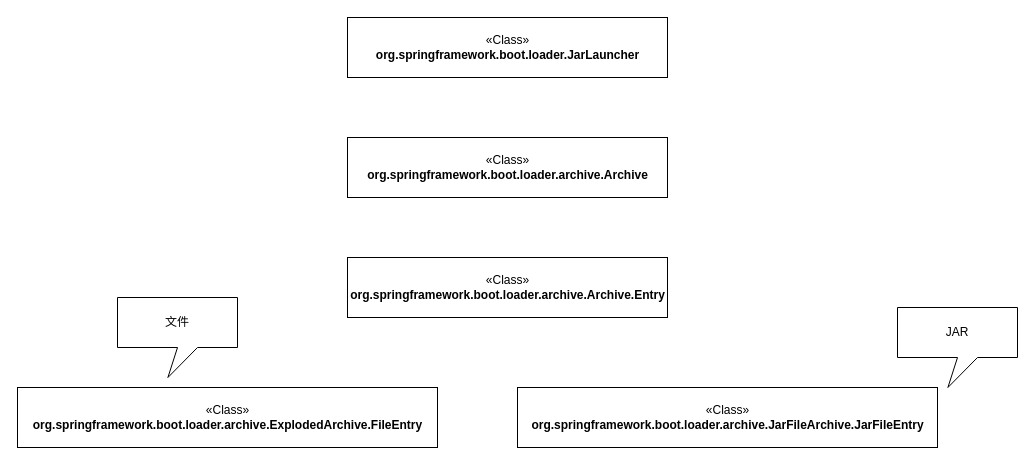
Above: page "Boot Loader" (1 of 5) of spring-boot-2.x-samples/first-app-by-gui/Spring Boot.drawio in mawen12/spring-boot-examples (draw.io), before the change. Source tidied: cells renumbered, new cells numbered last; positions are measured from the earlier drawing's top-left corner, leaving out a move shared by most shapes. Both pictures are drawn from the tidied source at 100%, with x=0, y=0 at pixel (17, 17).
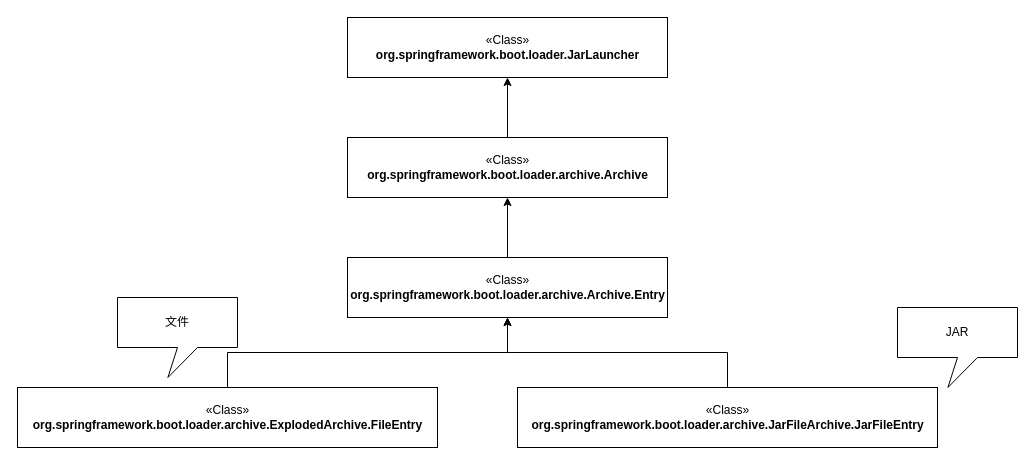
Above is the later version.

What changed in the source:
```diff
@@
 <mxGraphModel>
   <root>
     <mxCell id="0" />
     <mxCell id="1" parent="0" />
     <mxCell id="2" value="«Class»&lt;br&gt;&lt;b&gt;org.springframework.boot.loader.JarLauncher&lt;/b&gt;" style="html=1;" parent="1" vertex="1">
       <mxGeometry x="330" width="320" height="60" as="geometry" />
     </mxCell>
+    <mxCell id="9" style="edgeStyle=orthogonalEdgeStyle;rounded=0;jettySize=auto;html=1;exitX=0.5;exitY=0;exitDx=0;exitDy=0;entryX=0.5;entryY=1;entryDx=0;entryDy=0;" parent="1" edge="1" source="3" target="2">
+      <mxGeometry relative="1" as="geometry" />
+    </mxCell>
     <mxCell id="3" value="«Class»&lt;br&gt;&lt;b&gt;org.springframework.boot.loader.archive.Archive&lt;/b&gt;" style="html=1;" parent="1" vertex="1">
       <mxGeometry x="330" y="120" width="320" height="60" as="geometry" />
     </mxCell>
+    <mxCell id="10" style="edgeStyle=orthogonalEdgeStyle;rounded=0;jettySize=auto;html=1;exitX=0.5;exitY=0;exitDx=0;exitDy=0;entryX=0.5;entryY=1;entryDx=0;entryDy=0;" parent="1" edge="1" source="4" target="3">
+      <mxGeometry relative="1" as="geometry" />
+    </mxCell>
     <mxCell id="4" value="«Class»&lt;br&gt;&lt;b&gt;org.springframework.boot.loader.archive.Archive.Entry&lt;/b&gt;" style="html=1;" parent="1" vertex="1">
       <mxGeometry x="330" y="240" width="320" height="60" as="geometry" />
     </mxCell>
+    <mxCell id="11" style="edgeStyle=orthogonalEdgeStyle;rounded=0;jettySize=auto;html=1;exitX=0.5;exitY=0;exitDx=0;exitDy=0;" parent="1" edge="1" source="5" target="4">
+      <mxGeometry relative="1" as="geometry" />
+    </mxCell>
     <mxCell id="5" value="«Class»&lt;br&gt;&lt;b&gt;org.springframework.boot.loader.archive.ExplodedArchive.FileEntry&lt;/b&gt;" style="html=1;" parent="1" vertex="1">
       <mxGeometry y="370" width="420" height="60" as="geometry" />
     </mxCell>
+    <mxCell id="12" style="edgeStyle=orthogonalEdgeStyle;rounded=0;jettySize=auto;html=1;exitX=0.5;exitY=0;exitDx=0;exitDy=0;entryX=0.5;entryY=1;entryDx=0;entryDy=0;" parent="1" edge="1" source="6" target="4">
+      <mxGeometry relative="1" as="geometry" />
+    </mxCell>
     <mxCell id="6" value="«Class»&lt;br&gt;&lt;b&gt;org.springframework.boot.loader.archive.JarFileArchive.JarFileEntry&lt;/b&gt;" style="html=1;" parent="1" vertex="1">
       <mxGeometry x="500" y="370" width="420" height="60" as="geometry" />
     </mxCell>
     <mxCell id="7" value="JAR" style="shape=callout;whiteSpace=wrap;html=1;perimeter=calloutPerimeter;position2=0.42;" parent="1" vertex="1">
       <mxGeometry x="880" y="290" width="120" height="80" as="geometry" />
     </mxCell>
     <mxCell id="8" value="文件" style="shape=callout;whiteSpace=wrap;html=1;perimeter=calloutPerimeter;position2=0.42;" parent="1" vertex="1">
       <mxGeometry x="100" y="280" width="120" height="80" as="geometry" />
     </mxCell>
   </root>
 </mxGraphModel>
```
